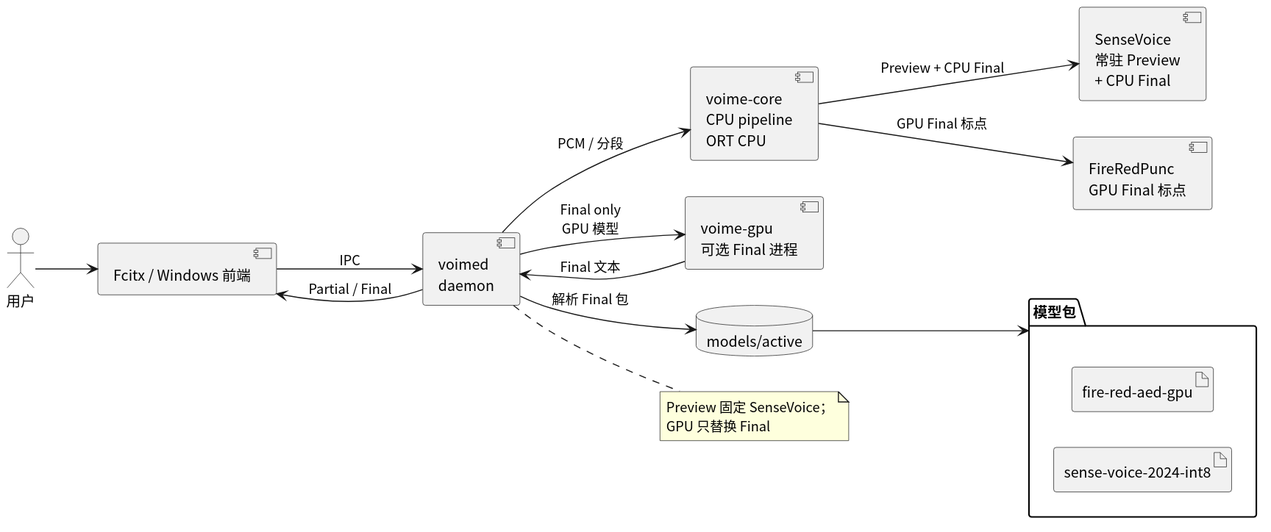
The PlantUML diagram diagram/asr-v2-architecture.svg in 54m43lJ/voime, before a commit.
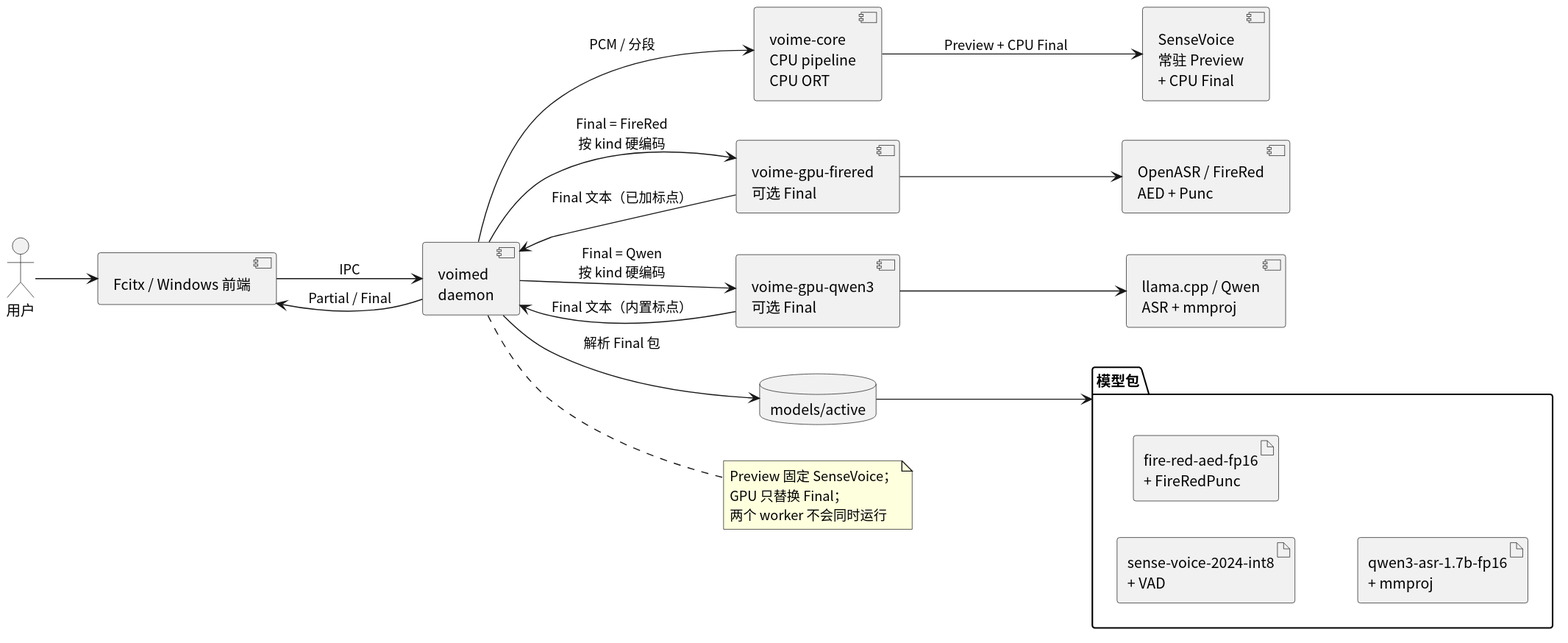
The same diagram one commit later.

The edit, as a diff of the source:
```diff
@@ -7,15 +7,18 @@
 actor "用户" as User
 component "Fcitx / Windows 前端" as Frontend
 component "voimed\ndaemon" as Daemon
-component "voime-core\nCPU pipeline\nORT CPU" as Core
+component "voime-core\nCPU pipeline\nCPU ORT" as Core
 component "SenseVoice\n常驻 Preview\n+ CPU Final" as SenseVoice
-component "voime-gpu\n可选 Final 进程" as GpuWorker
-component "FireRedPunc\nGPU Final 标点" as Punc
+component "voime-gpu-firered\n可选 Final" as FireRedWorker
+component "OpenASR / FireRed\nAED + Punc" as FireRedModel
+component "voime-gpu-qwen3\n可选 Final" as QwenWorker
+component "llama.cpp / Qwen\nASR + mmproj" as QwenModel
 
 database "models/active" as Active
 folder "模型包" as Packages {
-  artifact "sense-voice-2024-int8" as SvPackage
-  artifact "fire-red-aed-gpu" as AedPackage
+  artifact "sense-voice-2024-int8\n+ VAD" as SvPackage
+  artifact "fire-red-aed-fp16\n+ FireRedPunc" as FireRedPackage
+  artifact "qwen3-asr-1.7b-fp16\n+ mmproj" as QwenPackage
 }
 
 User --> Frontend
@@ -24,13 +27,17 @@
 Active --> Packages
 Daemon --> Core : PCM / 分段
 Core --> SenseVoice : Preview + CPU Final
-Core --> Punc : GPU Final 标点
-Daemon --> GpuWorker : Final only\nGPU 模型
-GpuWorker --> Daemon : Final 文本
+Daemon --> FireRedWorker : Final = FireRed\n按 kind 硬编码
+Daemon --> QwenWorker : Final = Qwen\n按 kind 硬编码
+FireRedWorker --> FireRedModel
+QwenWorker --> QwenModel
+FireRedWorker --> Daemon : Final 文本（已加标点）
+QwenWorker --> Daemon : Final 文本（内置标点）
 Daemon --> Frontend : Partial / Final
 
 note right of Daemon
   Preview 固定 SenseVoice；
-  GPU 只替换 Final
+  GPU 只替换 Final；
+  两个 worker 不会同时运行
 end note
 @enduml
```
